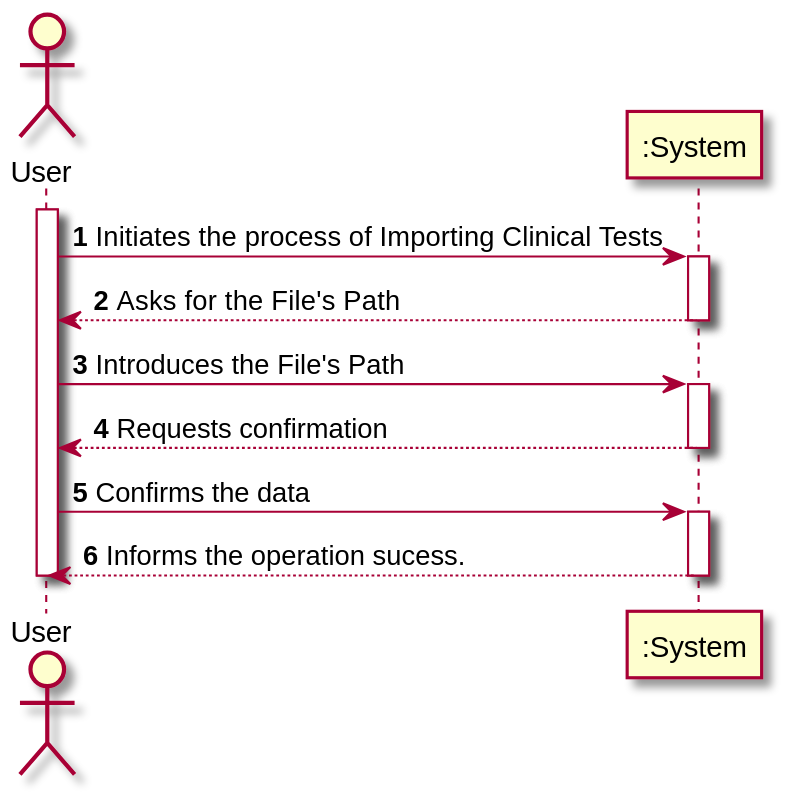
This is docs/SprintD/US17/US17_SSD.svg from manu-07-ela/LAPR2_ISEP, a PlantUML export, as it was before one commit.
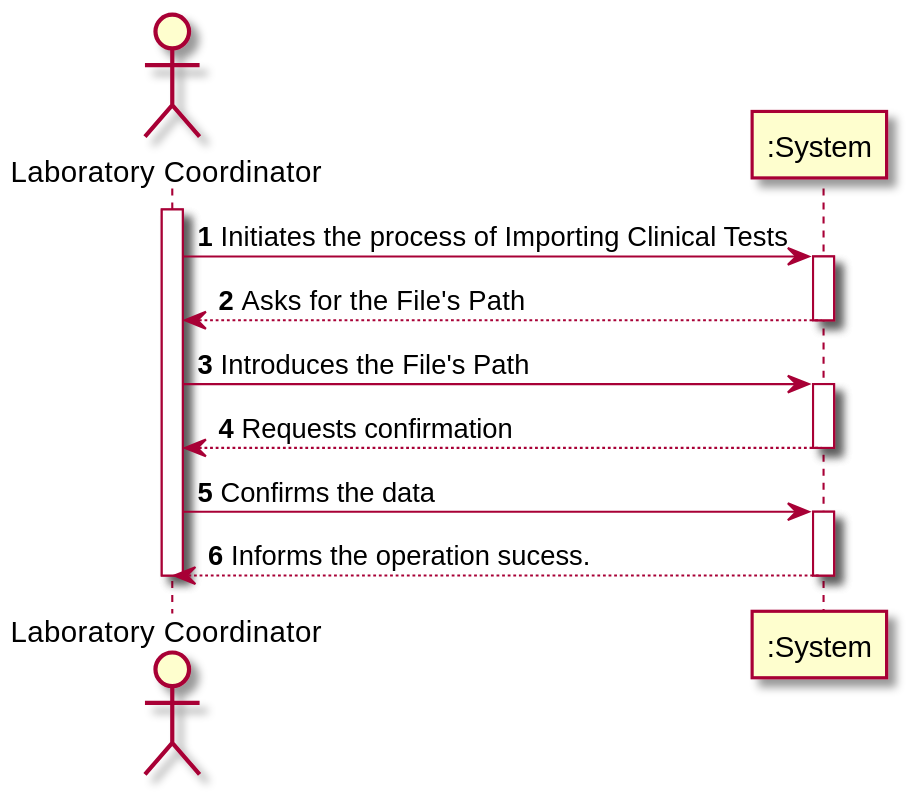
The same file after the commit.

What changed in the source:
```diff
@@ -1,25 +1,25 @@
 @startuml
 autonumber
-actor "User" as User
+actor "Laboratory Coordinator" as LabCod
 
-activate User
-User -> ":System" : Initiates the process of Importing Clinical Tests
+activate LabCod
+LabCod -> ":System" : Initiates the process of Importing Clinical Tests
 activate ":System"
 
-":System" --> User : Asks for the File's Path
+":System" --> LabCod : Asks for the File's Path
 deactivate ":System"
 
-User -> ":System" : Introduces the File's Path
+LabCod -> ":System" : Introduces the File's Path
 activate ":System"
 
-":System" --> User : Requests confirmation
+":System" --> LabCod : Requests confirmation
 deactivate ":System"
 
-User -> ":System" : Confirms the data
+LabCod -> ":System" : Confirms the data
 activate ":System"
-":System" --> User : Informs the operation sucess.
+":System" --> LabCod : Informs the operation sucess.
 deactivate ":System"
 
-deactivate User
+deactivate LabCod
 
 @enduml
```
